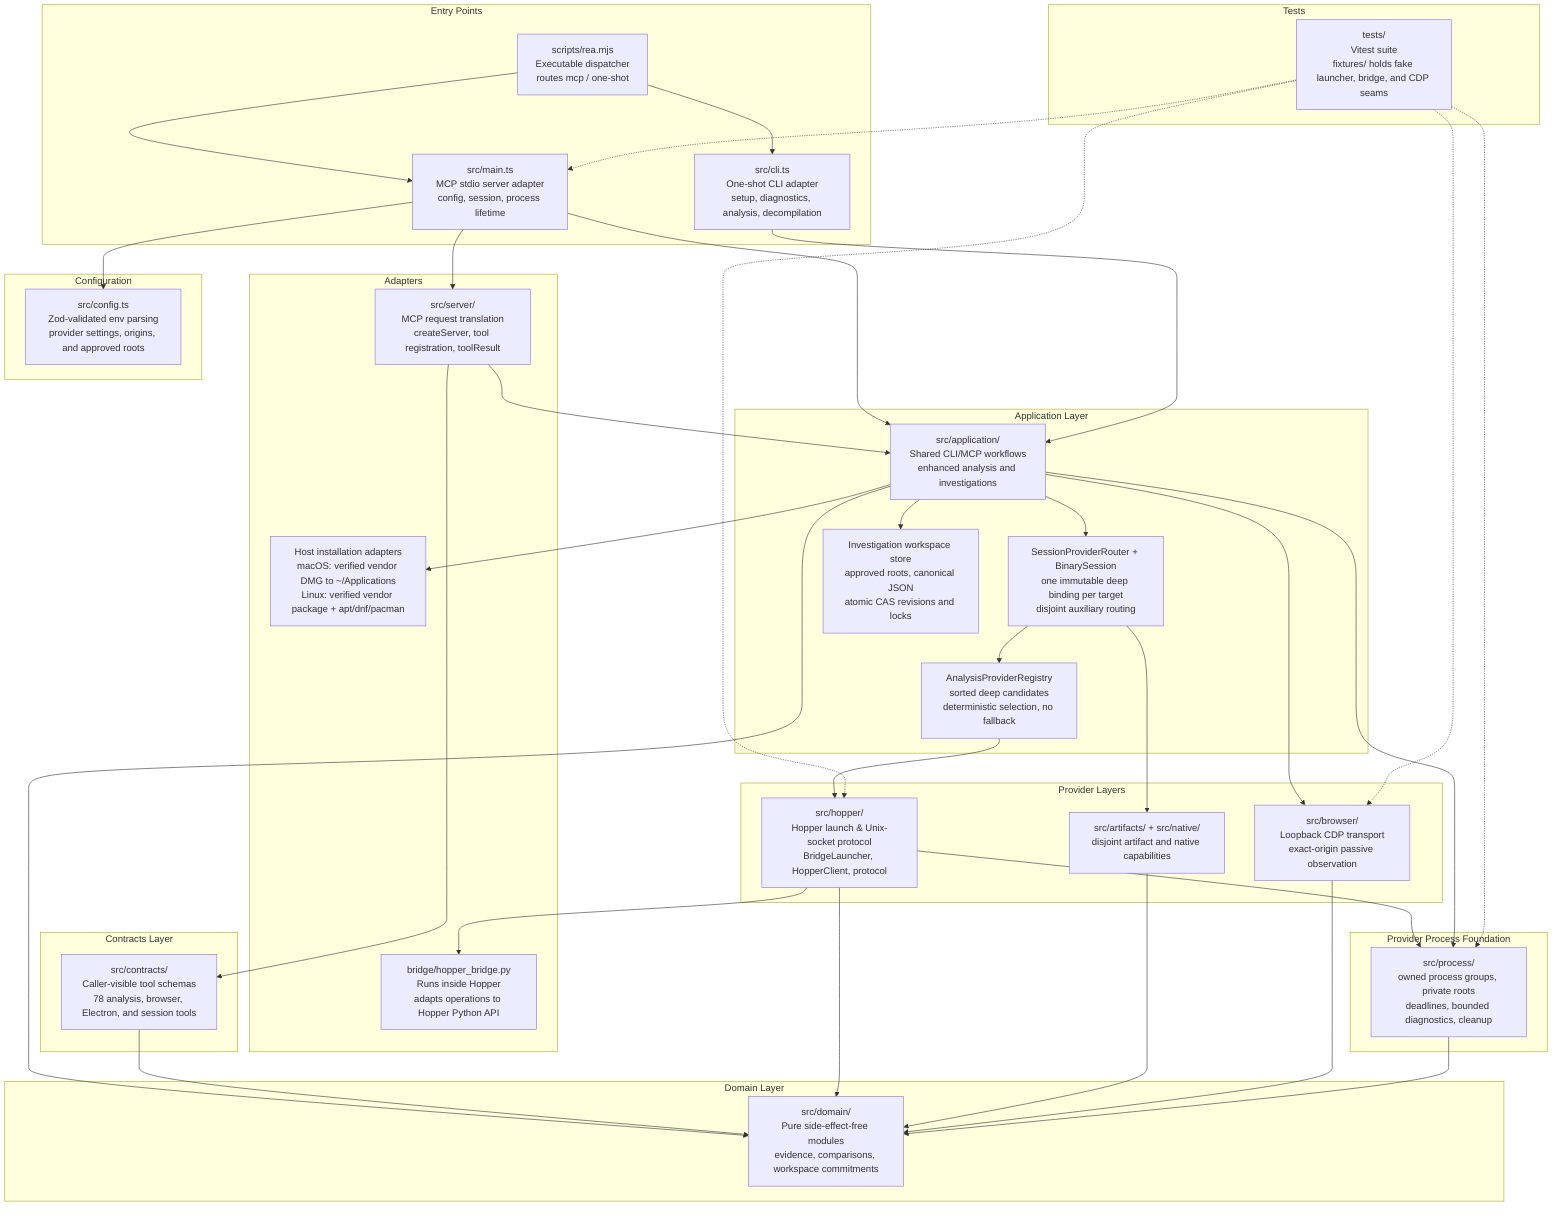
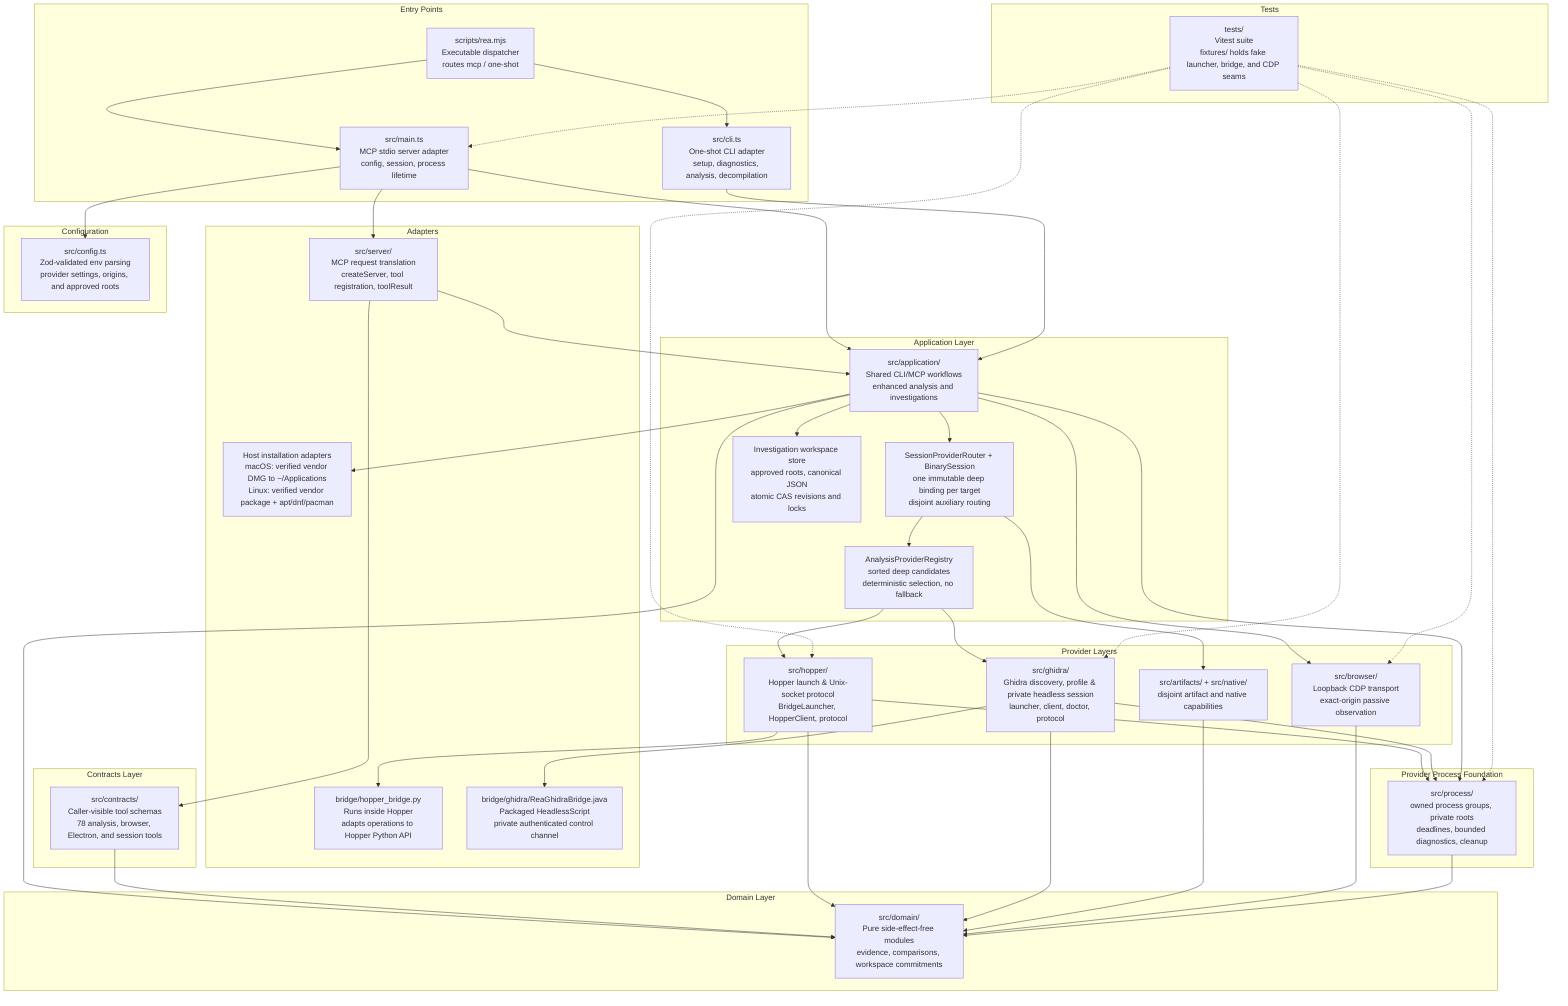
graph TD
    subgraph "Entry Points"
        CLI["src/cli.ts<br/>One-shot CLI adapter<br/>setup, diagnostics, analysis, decompilation"]
        MAIN["src/main.ts<br/>MCP stdio server adapter<br/>config, session, process lifetime"]
        DISPATCH["scripts/rea.mjs<br/>Executable dispatcher<br/>routes mcp / one-shot"]
    end

    subgraph "Adapters"
        SERVER["src/server/<br/>MCP request translation<br/>createServer, tool registration, toolResult"]
-         BRIDGE["bridge/hopper_bridge.py<br/>Runs inside Hopper<br/>adapts operations to Hopper Python API"]
+         HOPPER_BRIDGE["bridge/hopper_bridge.py<br/>Runs inside Hopper<br/>adapts operations to Hopper Python API"]
+         GHIDRA_BRIDGE["bridge/ghidra/ReaGhidraBridge.java<br/>Packaged HeadlessScript<br/>private authenticated control channel"]
        INSTALL["Host installation adapters<br/>macOS: verified vendor DMG to ~/Applications<br/>Linux: verified vendor package + apt/dnf/pacman"]
    end

    subgraph "Application Layer"
        APP["src/application/<br/>Shared CLI/MCP workflows<br/>enhanced analysis and investigations"]
        SESSION["SessionProviderRouter + BinarySession<br/>one immutable deep binding per target<br/>disjoint auxiliary routing"]
        REGISTRY["AnalysisProviderRegistry<br/>sorted deep candidates<br/>deterministic selection, no fallback"]
        WORKSPACE["Investigation workspace store<br/>approved roots, canonical JSON<br/>atomic CAS revisions and locks"]
    end

    subgraph "Provider Layers"
        HOPPER["src/hopper/<br/>Hopper launch & Unix-socket protocol<br/>BridgeLauncher, HopperClient, protocol"]
+         GHIDRA["src/ghidra/<br/>Ghidra discovery, profile & private headless session<br/>launcher, client, doctor, protocol"]
        AUX["src/artifacts/ + src/native/<br/>disjoint artifact and native capabilities"]
        BROWSER["src/browser/<br/>Loopback CDP transport<br/>exact-origin passive observation"]
    end

    subgraph "Provider Process Foundation"
        PROCESS["src/process/<br/>owned process groups, private roots<br/>deadlines, bounded diagnostics, cleanup"]
    end

    subgraph "Contracts Layer"
        CONTRACTS["src/contracts/<br/>Caller-visible tool schemas<br/>78 analysis, browser, Electron, and session tools"]
    end

    subgraph "Domain Layer"
        DOMAIN["src/domain/<br/>Pure side-effect-free modules<br/>evidence, comparisons, workspace commitments"]
    end

    subgraph "Configuration"
        CONFIG["src/config.ts<br/>Zod-validated env parsing<br/>provider settings, origins, and approved roots"]
    end

    subgraph "Tests"
        TESTS["tests/<br/>Vitest suite<br/>fixtures/ holds fake launcher, bridge, and CDP seams"]
    end

    DISPATCH --> CLI
    DISPATCH --> MAIN
    MAIN --> CONFIG
    MAIN --> SERVER
    MAIN --> APP
    CLI --> APP
    APP --> SESSION
    SESSION --> REGISTRY
    REGISTRY --> HOPPER
+     REGISTRY --> GHIDRA
    SESSION --> AUX
    APP --> WORKSPACE
    APP --> INSTALL
    SERVER --> CONTRACTS
    SERVER --> APP
    APP --> BROWSER
-     HOPPER --> BRIDGE
+     HOPPER --> HOPPER_BRIDGE
+     GHIDRA --> GHIDRA_BRIDGE
    HOPPER --> PROCESS
+     GHIDRA --> PROCESS
    APP --> PROCESS
    APP --> DOMAIN
    CONTRACTS --> DOMAIN
    HOPPER --> DOMAIN
+     GHIDRA --> DOMAIN
    AUX --> DOMAIN
    BROWSER --> DOMAIN
    PROCESS --> DOMAIN
    TESTS -.-> MAIN
    TESTS -.-> HOPPER
+     TESTS -.-> GHIDRA
    TESTS -.-> PROCESS
    TESTS -.-> BROWSER
